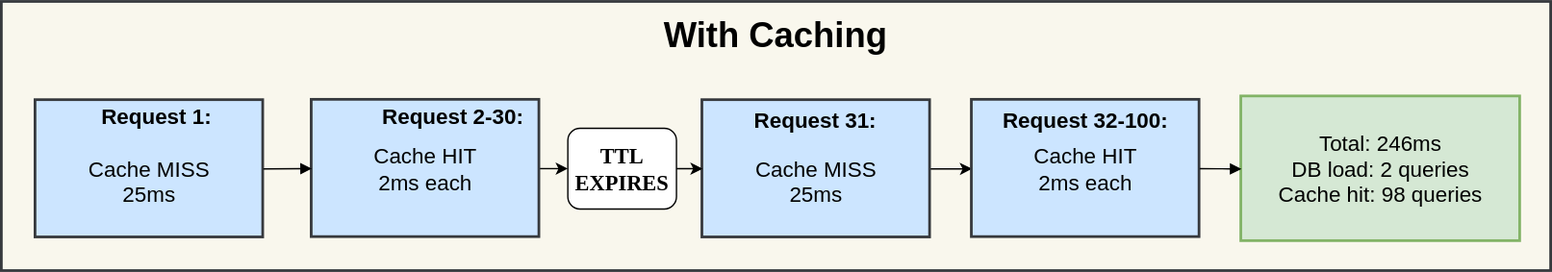
Earlier version of the draw.io export FastAPI-Basics-Lab-assets/Lab-7/images/archi_diagrams/Lab-7_with-caching.drawio.svg (poridhiEng/lab-asset). Source tidied: cells renumbered, new cells last; positions are measured from the earlier drawing's top-left corner, leaving out a move shared by most shapes.
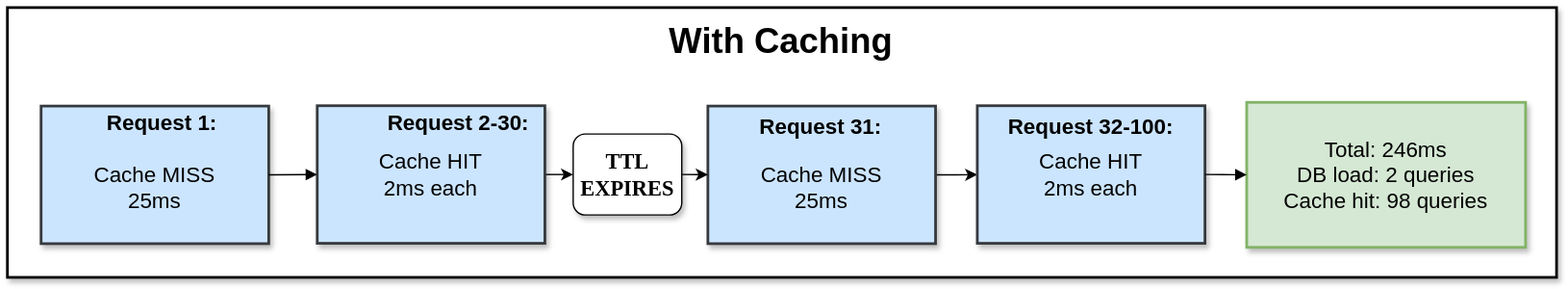
The same diagram one commit later.

What changed in the source:
```diff
@@ -2,36 +2,36 @@
   <root>
     <mxCell id="0" />
     <mxCell id="1" parent="0" />
-    <mxCell id="2" style="whiteSpace=wrap;strokeWidth=2;fontSize=16;fillColor=#f9f7ed;strokeColor=#36393d;" parent="1" vertex="1">
-      <mxGeometry width="1150" height="200" as="geometry" />
-    </mxCell>
-    <mxCell id="3" value="&#10;Cache MISS&#10;25ms" style="whiteSpace=wrap;strokeWidth=2;fontSize=16;fillColor=#cce5ff;strokeColor=#36393d;" parent="1" vertex="1">
-      <mxGeometry x="25" y="73" width="169" height="102" as="geometry" />
-    </mxCell>
-    <mxCell id="4" style="edgeStyle=orthogonalEdgeStyle;rounded=0;jettySize=auto;html=1;exitX=1;exitY=0.5;exitDx=0;exitDy=0;entryX=0;entryY=0.5;entryDx=0;entryDy=0;" parent="1" edge="1" source="5" target="18">
-      <mxGeometry relative="1" as="geometry" />
-    </mxCell>
-    <mxCell id="5" value="Cache HIT&#10;2ms each" style="whiteSpace=wrap;strokeWidth=2;fontSize=16;fillColor=#cce5ff;strokeColor=#36393d;" parent="1" vertex="1">
-      <mxGeometry x="230" y="72.8" width="169" height="102" as="geometry" />
-    </mxCell>
-    <mxCell id="6" style="edgeStyle=orthogonalEdgeStyle;rounded=0;jettySize=auto;html=1;exitX=1;exitY=0.5;exitDx=0;exitDy=0;" parent="1" edge="1" source="7" target="8">
-      <mxGeometry relative="1" as="geometry" />
-    </mxCell>
-    <mxCell id="7" value="&#10;Cache MISS&#10;25ms" style="whiteSpace=wrap;strokeWidth=2;fontSize=16;fillColor=#cce5ff;strokeColor=#36393d;" parent="1" vertex="1">
-      <mxGeometry x="520" y="73" width="169" height="102" as="geometry" />
-    </mxCell>
-    <mxCell id="8" value="Cache HIT&#10;2ms each" style="whiteSpace=wrap;strokeWidth=2;fontSize=16;fillColor=#cce5ff;strokeColor=#36393d;" parent="1" vertex="1">
-      <mxGeometry x="720" y="72.8" width="169" height="102" as="geometry" />
-    </mxCell>
+    <mxCell id="19" style="whiteSpace=wrap;strokeWidth=2;fontSize=16;shadow=1;" parent="1" vertex="1">
+      <mxGeometry width="1150" height="200" as="geometry" />
+    </mxCell>
+    <mxCell id="20" value="&#10;Cache MISS&#10;25ms" style="whiteSpace=wrap;strokeWidth=2;fontSize=16;fillColor=#cce5ff;strokeColor=#36393d;shadow=1;" parent="1" vertex="1">
+      <mxGeometry x="25" y="73" width="169" height="102" as="geometry" />
+    </mxCell>
+    <mxCell id="21" style="edgeStyle=orthogonalEdgeStyle;rounded=0;jettySize=auto;html=1;exitX=1;exitY=0.5;exitDx=0;exitDy=0;entryX=0;entryY=0.5;entryDx=0;entryDy=0;" parent="1" edge="1" source="22" target="18">
+      <mxGeometry relative="1" as="geometry" />
+    </mxCell>
+    <mxCell id="22" value="Cache HIT&#10;2ms each" style="whiteSpace=wrap;strokeWidth=2;fontSize=16;fillColor=#cce5ff;strokeColor=#36393d;shadow=1;" parent="1" vertex="1">
+      <mxGeometry x="230" y="72.8" width="169" height="102" as="geometry" />
+    </mxCell>
+    <mxCell id="23" style="edgeStyle=orthogonalEdgeStyle;rounded=0;jettySize=auto;html=1;exitX=1;exitY=0.5;exitDx=0;exitDy=0;" parent="1" edge="1" source="24" target="25">
+      <mxGeometry relative="1" as="geometry" />
+    </mxCell>
+    <mxCell id="24" value="&#10;Cache MISS&#10;25ms" style="whiteSpace=wrap;strokeWidth=2;fontSize=16;fillColor=#cce5ff;strokeColor=#36393d;shadow=1;" parent="1" vertex="1">
+      <mxGeometry x="520" y="73" width="169" height="102" as="geometry" />
+    </mxCell>
+    <mxCell id="25" value="Cache HIT&#10;2ms each" style="whiteSpace=wrap;strokeWidth=2;fontSize=16;fillColor=#cce5ff;strokeColor=#36393d;shadow=1;" parent="1" vertex="1">
+      <mxGeometry x="720" y="72.8" width="169" height="102" as="geometry" />
+    </mxCell>
-    <mxCell id="9" value="Total: 246ms&#10;DB load: 2 queries&#10;Cache hit: 98 queries" style="whiteSpace=wrap;strokeWidth=2;fontSize=16;fillColor=#d5e8d4;strokeColor=#82b366;" parent="1" vertex="1">
+    <mxCell id="9" value="Total: 246ms&#10;DB load: 2 queries&#10;Cache hit: 98 queries" style="whiteSpace=wrap;strokeWidth=2;fontSize=16;fillColor=#d5e8d4;strokeColor=#82b366;shadow=1;" parent="1" vertex="1">
       <mxGeometry x="920" y="70.2" width="207" height="107.5" as="geometry" />
     </mxCell>
-    <mxCell id="10" style="curved=1;startArrow=none;endArrow=block;exitX=1;exitY=0.5;entryX=0;entryY=0.5;rounded=0;fontSize=16;" parent="1" edge="1" source="3" target="5">
-      <mxGeometry relative="1" as="geometry" />
-    </mxCell>
-    <mxCell id="11" style="curved=1;startArrow=none;endArrow=block;exitX=1.01;exitY=0.5;entryX=0;entryY=0.5;rounded=0;fontSize=16;" parent="1" edge="1" source="8" target="9">
-      <mxGeometry relative="1" as="geometry" />
-    </mxCell>
+    <mxCell id="26" style="curved=1;startArrow=none;endArrow=block;exitX=1;exitY=0.5;entryX=0;entryY=0.5;rounded=0;fontSize=16;" parent="1" edge="1" source="20" target="22">
+      <mxGeometry relative="1" as="geometry" />
+    </mxCell>
+    <mxCell id="27" style="curved=1;startArrow=none;endArrow=block;exitX=1.01;exitY=0.5;entryX=0;entryY=0.5;rounded=0;fontSize=16;" parent="1" edge="1" source="25" target="9">
+      <mxGeometry relative="1" as="geometry" />
+    </mxCell>
     <mxCell id="12" value="Request 1:" style="text;html=1;whiteSpace=wrap;strokeColor=none;fillColor=none;align=center;verticalAlign=middle;rounded=0;fontStyle=1;fontSize=16;" parent="1" vertex="1">
       <mxGeometry x="70" y="70" width="90" height="30" as="geometry" />
     </mxCell>
@@ -47,10 +47,10 @@
     <mxCell id="16" value="With Caching" style="text;html=1;whiteSpace=wrap;strokeColor=none;fillColor=none;align=center;verticalAlign=middle;rounded=0;fontStyle=1;fontSize=26;" parent="1" vertex="1">
       <mxGeometry x="469.4" y="10" width="211.2" height="30" as="geometry" />
     </mxCell>
-    <mxCell id="17" style="edgeStyle=orthogonalEdgeStyle;rounded=0;jettySize=auto;html=1;exitX=1;exitY=0.5;exitDx=0;exitDy=0;entryX=0;entryY=0.5;entryDx=0;entryDy=0;" parent="1" edge="1" source="18" target="7">
-      <mxGeometry relative="1" as="geometry" />
-    </mxCell>
+    <mxCell id="28" style="edgeStyle=orthogonalEdgeStyle;rounded=0;jettySize=auto;html=1;exitX=1;exitY=0.5;exitDx=0;exitDy=0;entryX=0;entryY=0.5;entryDx=0;entryDy=0;" parent="1" edge="1" source="18" target="24">
+      <mxGeometry relative="1" as="geometry" />
+    </mxCell>
-    <mxCell id="18" value="&lt;b&gt;&lt;font style=&quot;font-size: 16px;&quot; face=&quot;Verdana&quot;&gt;TTL&lt;br&gt;EXPIRES&lt;/font&gt;&lt;/b&gt;" style="rounded=1;whiteSpace=wrap;html=1;" parent="1" vertex="1">
+    <mxCell id="18" value="&lt;b&gt;&lt;font style=&quot;font-size: 16px;&quot; face=&quot;Verdana&quot;&gt;TTL&lt;br&gt;EXPIRES&lt;/font&gt;&lt;/b&gt;" style="rounded=1;whiteSpace=wrap;html=1;shadow=1;" parent="1" vertex="1">
       <mxGeometry x="420" y="93.8" width="80.6" height="60" as="geometry" />
     </mxCell>
   </root>
```
